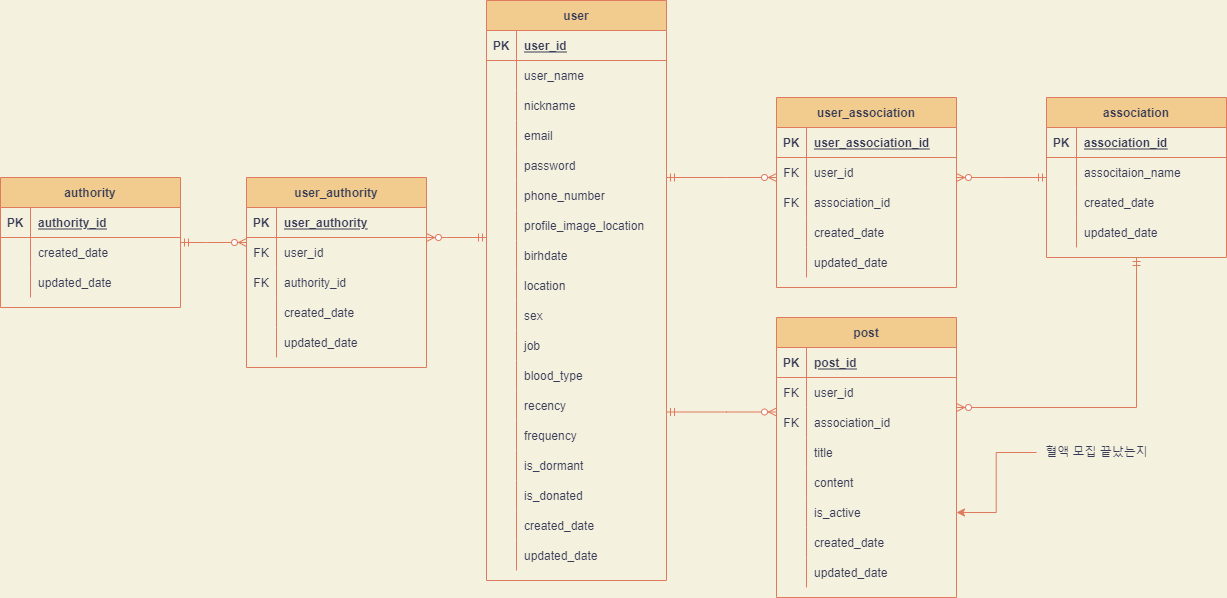
This is Untitled Diagram.drawio.png from CYC0227/lab, a draw.io export, as it was before one commit. Source tidied: cells renumbered, new cells last; positions are measured from the earlier drawing's top-left corner, leaving out a move shared by most shapes.
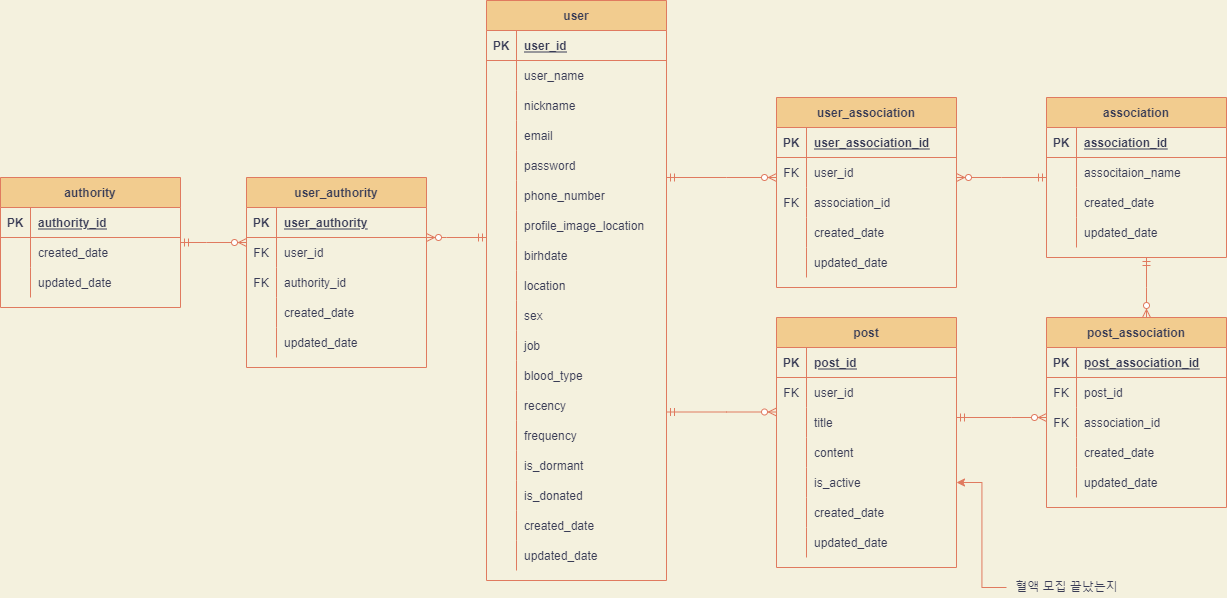
After the change.

Diff of the diagram source:
```diff
@@ -270,7 +270,7 @@
       </mxGeometry>
     </mxCell>
     <mxCell id="88" value="post" style="shape=table;startSize=30;rowLines=0;fontStyle=1;align=center;fillColor=#F2CC8F;strokeColor=#E07A5F;fontColor=#393C56;" parent="1" vertex="1">
-      <mxGeometry x="776" y="317" width="180" height="280" as="geometry" />
+      <mxGeometry x="776" y="317" width="180" height="250" as="geometry" />
     </mxCell>
     <mxCell id="89" style="shape=partialRectangle;fillColor=none;top=0;left=0;bottom=1;right=0;strokeColor=#E07A5F;fontColor=#393C56;" parent="88" vertex="1">
       <mxGeometry y="30" width="180" height="30" as="geometry" />
@@ -290,17 +290,8 @@
     <mxCell id="94" value="user_id" style="shape=partialRectangle;fillColor=none;top=0;left=0;bottom=0;right=0;align=left;spacingLeft=6;overflow=hidden;strokeColor=#E07A5F;fontColor=#393C56;" parent="92" vertex="1">
       <mxGeometry x="30" width="150" height="30" as="geometry" />
     </mxCell>
-    <mxCell id="95" style="shape=partialRectangle;fillColor=none;top=0;left=0;bottom=0;right=0;strokeColor=#E07A5F;fontColor=#393C56;" parent="88" vertex="1">
-      <mxGeometry y="90" width="180" height="30" as="geometry" />
-    </mxCell>
-    <mxCell id="96" value="FK" style="shape=partialRectangle;fillColor=none;top=0;left=0;bottom=0;right=0;overflow=hidden;strokeColor=#E07A5F;fontColor=#393C56;" parent="95" vertex="1">
-      <mxGeometry width="30" height="30" as="geometry" />
-    </mxCell>
-    <mxCell id="97" value="association_id" style="shape=partialRectangle;fillColor=none;top=0;left=0;bottom=0;right=0;align=left;spacingLeft=6;overflow=hidden;strokeColor=#E07A5F;fontColor=#393C56;" parent="95" vertex="1">
-      <mxGeometry x="30" width="150" height="30" as="geometry" />
-    </mxCell>
     <mxCell id="98" style="shape=partialRectangle;fillColor=none;top=0;left=0;bottom=0;right=0;strokeColor=#E07A5F;fontColor=#393C56;" parent="88" vertex="1">
-      <mxGeometry y="120" width="180" height="30" as="geometry" />
+      <mxGeometry y="90" width="180" height="30" as="geometry" />
     </mxCell>
     <mxCell id="99" style="shape=partialRectangle;fillColor=none;top=0;left=0;bottom=0;right=0;overflow=hidden;strokeColor=#E07A5F;fontColor=#393C56;" parent="98" vertex="1">
       <mxGeometry width="30" height="30" as="geometry" />
@@ -309,7 +300,7 @@
       <mxGeometry x="30" width="150" height="30" as="geometry" />
     </mxCell>
     <mxCell id="101" style="shape=partialRectangle;fillColor=none;top=0;left=0;bottom=0;right=0;strokeColor=#E07A5F;fontColor=#393C56;" parent="88" vertex="1">
-      <mxGeometry y="150" width="180" height="30" as="geometry" />
+      <mxGeometry y="120" width="180" height="30" as="geometry" />
     </mxCell>
     <mxCell id="102" style="shape=partialRectangle;fillColor=none;top=0;left=0;bottom=0;right=0;overflow=hidden;strokeColor=#E07A5F;fontColor=#393C56;" parent="101" vertex="1">
       <mxGeometry width="30" height="30" as="geometry" />
@@ -318,7 +309,7 @@
       <mxGeometry x="30" width="150" height="30" as="geometry" />
     </mxCell>
     <mxCell id="104" style="shape=partialRectangle;fillColor=none;top=0;left=0;bottom=0;right=0;points=[[0,0.5],[1,0.5]];portConstraint=eastwest;strokeColor=#E07A5F;fontColor=#393C56;" parent="88" vertex="1">
-      <mxGeometry y="180" width="180" height="30" as="geometry" />
+      <mxGeometry y="150" width="180" height="30" as="geometry" />
     </mxCell>
     <mxCell id="105" style="shape=partialRectangle;fillColor=none;top=0;left=0;bottom=0;right=0;overflow=hidden;strokeColor=#E07A5F;fontColor=#393C56;" parent="104" vertex="1">
       <mxGeometry width="30" height="30" as="geometry" />
@@ -327,7 +318,7 @@
       <mxGeometry x="30" width="150" height="30" as="geometry" />
     </mxCell>
     <mxCell id="107" style="shape=partialRectangle;fillColor=none;top=0;left=0;bottom=0;right=0;strokeColor=#E07A5F;fontColor=#393C56;" parent="88" vertex="1">
-      <mxGeometry y="210" width="180" height="30" as="geometry" />
+      <mxGeometry y="180" width="180" height="30" as="geometry" />
     </mxCell>
     <mxCell id="108" style="shape=partialRectangle;fillColor=none;top=0;left=0;bottom=0;right=0;overflow=hidden;strokeColor=#E07A5F;fontColor=#393C56;" parent="107" vertex="1">
       <mxGeometry width="30" height="30" as="geometry" />
@@ -336,7 +327,7 @@
       <mxGeometry x="30" width="150" height="30" as="geometry" />
     </mxCell>
     <mxCell id="110" style="shape=partialRectangle;fillColor=none;top=0;left=0;bottom=0;right=0;strokeColor=#E07A5F;fontColor=#393C56;" parent="88" vertex="1">
-      <mxGeometry y="240" width="180" height="30" as="geometry" />
+      <mxGeometry y="210" width="180" height="30" as="geometry" />
     </mxCell>
     <mxCell id="111" style="shape=partialRectangle;fillColor=none;top=0;left=0;bottom=0;right=0;overflow=hidden;strokeColor=#E07A5F;fontColor=#393C56;" parent="110" vertex="1">
       <mxGeometry width="30" height="30" as="geometry" />
@@ -356,7 +347,7 @@
       <mxGeometry relative="1" as="geometry" />
     </mxCell>
     <mxCell id="115" value="혈액 모집 끝났는지" style="text;html=1;align=center;verticalAlign=middle;points=[];strokeColor=none;fillColor=none;fontColor=#393C56;" parent="1" vertex="1">
-      <mxGeometry x="1036" y="442" width="120" height="20" as="geometry" />
+      <mxGeometry x="1006" y="577" width="120" height="20" as="geometry" />
     </mxCell>
     <mxCell id="116" value="user_authority" style="shape=table;startSize=30;rowLines=0;fontStyle=1;align=center;fillColor=#F2CC8F;strokeColor=#E07A5F;fontColor=#393C56;" parent="1" vertex="1">
       <mxGeometry x="246" y="177" width="180" height="190" as="geometry" />
@@ -457,12 +448,71 @@
         </Array>
       </mxGeometry>
     </mxCell>
-    <mxCell id="144" style="edgeStyle=elbowEdgeStyle;fontSize=12;html=1;endArrow=ERzeroToMany;startArrow=ERmandOne;rounded=0;strokeColor=#E07A5F;fontColor=#393C56;labelBackgroundColor=#F4F1DE;" parent="1" edge="1" source="57" target="88">
-      <mxGeometry relative="1" as="geometry">
-        <Array as="points">
-          <mxPoint x="1136" y="407" />
-        </Array>
-      </mxGeometry>
-    </mxCell>
+    <mxCell id="145" value="post_association" style="shape=table;startSize=30;rowLines=0;fontStyle=1;align=center;fillColor=#F2CC8F;strokeColor=#E07A5F;fontColor=#393C56;" parent="1" vertex="1">
+      <mxGeometry x="1046" y="317" width="180" height="190" as="geometry" />
+    </mxCell>
+    <mxCell id="146" style="shape=partialRectangle;fillColor=none;top=0;left=0;bottom=1;right=0;strokeColor=#E07A5F;fontColor=#393C56;" parent="145" vertex="1">
+      <mxGeometry y="30" width="180" height="30" as="geometry" />
+    </mxCell>
+    <mxCell id="147" value="PK" style="shape=partialRectangle;fillColor=none;top=0;left=0;bottom=0;right=0;fontStyle=1;overflow=hidden;strokeColor=#E07A5F;fontColor=#393C56;" parent="146" vertex="1">
+      <mxGeometry width="30" height="30" as="geometry" />
+    </mxCell>
+    <mxCell id="148" value="post_association_id" style="shape=partialRectangle;fillColor=none;top=0;left=0;bottom=0;right=0;align=left;spacingLeft=6;fontStyle=5;overflow=hidden;strokeColor=#E07A5F;fontColor=#393C56;" parent="146" vertex="1">
+      <mxGeometry x="30" width="150" height="30" as="geometry" />
+    </mxCell>
+    <mxCell id="149" style="shape=partialRectangle;fillColor=none;top=0;left=0;bottom=0;right=0;strokeColor=#E07A5F;fontColor=#393C56;" parent="145" vertex="1">
+      <mxGeometry y="60" width="180" height="30" as="geometry" />
+    </mxCell>
+    <mxCell id="150" value="FK" style="shape=partialRectangle;fillColor=none;top=0;left=0;bottom=0;right=0;overflow=hidden;strokeColor=#E07A5F;fontColor=#393C56;" parent="149" vertex="1">
+      <mxGeometry width="30" height="30" as="geometry" />
+    </mxCell>
+    <mxCell id="151" value="post_id" style="shape=partialRectangle;fillColor=none;top=0;left=0;bottom=0;right=0;align=left;spacingLeft=6;overflow=hidden;strokeColor=#E07A5F;fontColor=#393C56;" parent="149" vertex="1">
+      <mxGeometry x="30" width="150" height="30" as="geometry" />
+    </mxCell>
+    <mxCell id="95" style="shape=partialRectangle;fillColor=none;top=0;left=0;bottom=0;right=0;strokeColor=#E07A5F;fontColor=#393C56;" parent="145" vertex="1">
+      <mxGeometry y="90" width="180" height="30" as="geometry" />
+    </mxCell>
+    <mxCell id="152" value="FK" style="shape=partialRectangle;fillColor=none;top=0;left=0;bottom=0;right=0;overflow=hidden;strokeColor=#E07A5F;fontColor=#393C56;" parent="95" vertex="1">
+      <mxGeometry width="30" height="30" as="geometry" />
+    </mxCell>
+    <mxCell id="97" value="association_id" style="shape=partialRectangle;fillColor=none;top=0;left=0;bottom=0;right=0;align=left;spacingLeft=6;overflow=hidden;strokeColor=#E07A5F;fontColor=#393C56;" parent="95" vertex="1">
+      <mxGeometry x="30" width="150" height="30" as="geometry" />
+    </mxCell>
+    <mxCell id="153" style="shape=partialRectangle;fillColor=none;top=0;left=0;bottom=0;right=0;strokeColor=#E07A5F;fontColor=#393C56;" parent="145" vertex="1">
+      <mxGeometry y="120" width="180" height="30" as="geometry" />
+    </mxCell>
+    <mxCell id="154" style="shape=partialRectangle;fillColor=none;top=0;left=0;bottom=0;right=0;overflow=hidden;strokeColor=#E07A5F;fontColor=#393C56;" parent="153" vertex="1">
+      <mxGeometry width="30" height="30" as="geometry" />
+    </mxCell>
+    <mxCell id="155" value="created_date" style="shape=partialRectangle;fillColor=none;top=0;left=0;bottom=0;right=0;align=left;spacingLeft=6;overflow=hidden;strokeColor=#E07A5F;fontColor=#393C56;" parent="153" vertex="1">
+      <mxGeometry x="30" width="150" height="30" as="geometry" />
+    </mxCell>
+    <mxCell id="156" style="shape=partialRectangle;fillColor=none;top=0;left=0;bottom=0;right=0;strokeColor=#E07A5F;fontColor=#393C56;" parent="145" vertex="1">
+      <mxGeometry y="150" width="180" height="30" as="geometry" />
+    </mxCell>
+    <mxCell id="157" style="shape=partialRectangle;fillColor=none;top=0;left=0;bottom=0;right=0;overflow=hidden;strokeColor=#E07A5F;fontColor=#393C56;" parent="156" vertex="1">
+      <mxGeometry width="30" height="30" as="geometry" />
+    </mxCell>
+    <mxCell id="158" value="updated_date" style="shape=partialRectangle;fillColor=none;top=0;left=0;bottom=0;right=0;align=left;spacingLeft=6;overflow=hidden;strokeColor=#E07A5F;fontColor=#393C56;" parent="156" vertex="1">
+      <mxGeometry x="30" width="150" height="30" as="geometry" />
+    </mxCell>
+    <mxCell id="159" style="fontSize=12;html=1;endArrow=ERzeroToMany;startArrow=ERmandOne;rounded=0;edgeStyle=elbowEdgeStyle;strokeColor=#E07A5F;fontColor=#393C56;labelBackgroundColor=#F4F1DE;" parent="1" edge="1" source="88" target="145">
+      <mxGeometry relative="1" as="geometry">
+        <Array as="points">
+          <mxPoint x="1011" y="417" />
+          <mxPoint x="991" y="432" />
+        </Array>
+      </mxGeometry>
+    </mxCell>
+    <mxCell id="160" style="fontSize=12;html=1;endArrow=ERzeroToMany;startArrow=ERmandOne;rounded=0;edgeStyle=elbowEdgeStyle;strokeColor=#E07A5F;fontColor=#393C56;labelBackgroundColor=#F4F1DE;" parent="1" edge="1" source="57" target="145">
+      <mxGeometry relative="1" as="geometry">
+        <Array as="points">
+          <mxPoint x="1146" y="287" />
+          <mxPoint x="1126" y="297" />
+          <mxPoint x="1051" y="285.6" />
+          <mxPoint x="1031" y="300.6" />
+        </Array>
+      </mxGeometry>
+    </mxCell>
   </root>
 </mxGraphModel>
```
